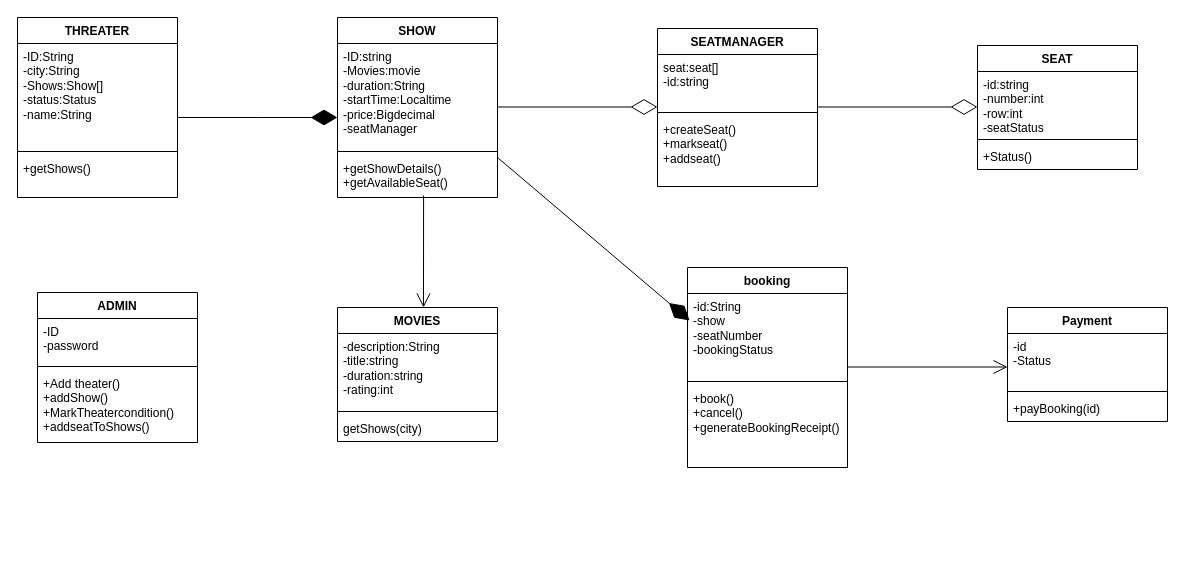
The draw.io diagram page "Page-3" (3 of 3) of CinemaBookingApp/CinemaBookingApp UseCase.drawio in 444notdotun/CinemaBookingApp, before the edit. Source tidied: cells renumbered, new cells numbered last; positions are measured from the earlier drawing's top-left corner, leaving out a move shared by most shapes. Both pictures are drawn from the tidied source at 100%, with x=0, y=0 at pixel (17, 17).
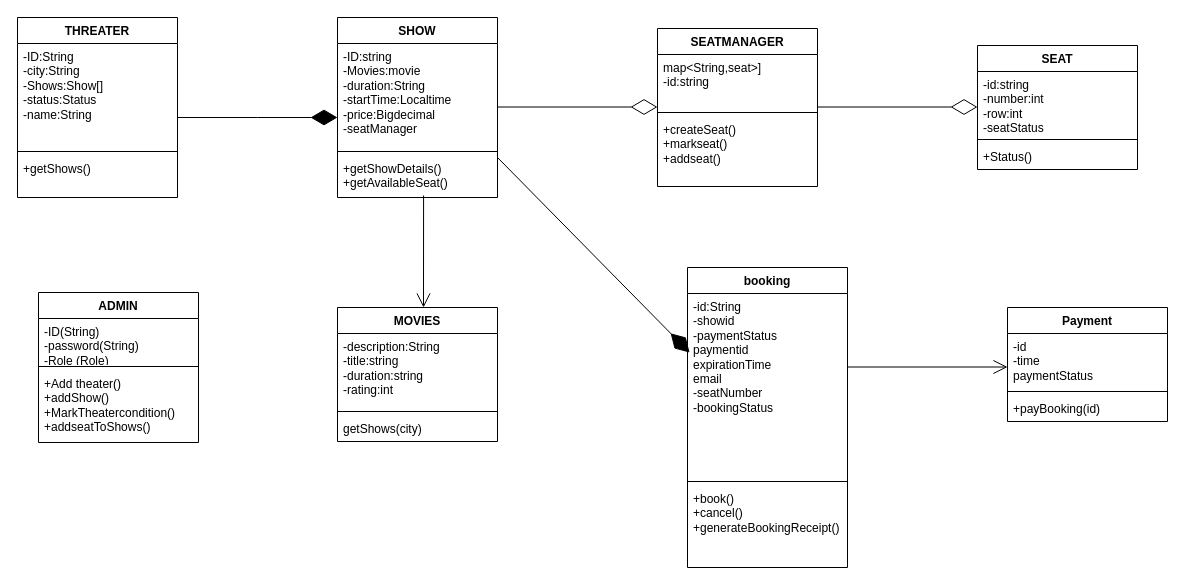
The same diagram, later.

The change refers to these unchanged cells:
```xml
<mxCell id="6" value="SEATMANAGER" style="swimlane;fontStyle=1;align=center;verticalAlign=top;horizontal=1;startSize=26;whiteSpace=wrap;html=1;" parent="1" vertex="1">
  <mxGeometry x="640" y="11" width="160" height="158" as="geometry" />
</mxCell>
<mxCell id="31" value="Payment" style="swimlane;fontStyle=1;align=center;verticalAlign=top;horizontal=1;startSize=26;whiteSpace=wrap;html=1;" parent="1" vertex="1">
  <mxGeometry x="990" y="290" width="160" height="114" as="geometry" />
</mxCell>
```

Change to the diagram source:
```diff
@@
-    <mxCell id="7" value="seat:seat[]&lt;div&gt;-id:string&lt;/div&gt;&lt;div&gt;&lt;br&gt;&lt;/div&gt;" style="text;strokeColor=none;fillColor=none;align=left;verticalAlign=top;spacingLeft=4;spacingRight=4;overflow=hidden;whiteSpace=wrap;html=1;" parent="6" vertex="1">
+    <mxCell id="7" value="map&amp;lt;String,seat&amp;gt;]&lt;div&gt;-id:string&lt;/div&gt;&lt;div&gt;&lt;br&gt;&lt;/div&gt;" style="text;strokeColor=none;fillColor=none;align=left;verticalAlign=top;spacingLeft=4;spacingRight=4;overflow=hidden;whiteSpace=wrap;html=1;" parent="6" vertex="1">
       <mxGeometry y="26" width="160" height="54" as="geometry" />
     </mxCell>
@@
     <mxCell id="21" value="booking" style="swimlane;fontStyle=1;align=center;verticalAlign=top;horizontal=1;startSize=26;whiteSpace=wrap;html=1;" parent="1" vertex="1">
-      <mxGeometry x="670" y="250" width="160" height="200" as="geometry" />
+      <mxGeometry x="670" y="250" width="160" height="300" as="geometry" />
     </mxCell>
-    <mxCell id="22" value="-id:String&lt;div&gt;-show&lt;/div&gt;&lt;div&gt;-seatNumber&lt;/div&gt;&lt;div&gt;-bookingStatus&lt;/div&gt;&lt;div&gt;&lt;br&gt;&lt;/div&gt;" style="text;strokeColor=none;fillColor=none;align=left;verticalAlign=top;spacingLeft=4;spacingRight=4;overflow=hidden;points=[[0,0.5],[1,0.5]];portConstraint=eastwest;whiteSpace=wrap;html=1;" parent="21" vertex="1">
-      <mxGeometry y="26" width="160" height="84" as="geometry" />
+    <mxCell id="22" value="-id:String&lt;div&gt;-showid&lt;/div&gt;&lt;div&gt;-paymentStatus&lt;/div&gt;&lt;div&gt;paymentid&lt;/div&gt;&lt;div&gt;expirationTime&lt;/div&gt;&lt;div&gt;email&lt;/div&gt;&lt;div&gt;-seatNumber&lt;/div&gt;&lt;div&gt;-bookingStatus&lt;/div&gt;&lt;div&gt;&lt;br&gt;&lt;/div&gt;" style="text;strokeColor=none;fillColor=none;align=left;verticalAlign=top;spacingLeft=4;spacingRight=4;overflow=hidden;points=[[0,0.5],[1,0.5]];portConstraint=eastwest;whiteSpace=wrap;html=1;" parent="21" vertex="1">
+      <mxGeometry y="26" width="160" height="184" as="geometry" />
     </mxCell>
     <mxCell id="23" style="line;strokeWidth=1;fillColor=none;align=left;verticalAlign=middle;spacingTop=-1;spacingLeft=3;spacingRight=3;labelPosition=right;strokeColor=inherit;" parent="21" vertex="1">
-      <mxGeometry y="110" width="160" height="8" as="geometry" />
+      <mxGeometry y="210" width="160" height="8" as="geometry" />
     </mxCell>
     <mxCell id="24" value="+book()&lt;div&gt;+cancel()&lt;/div&gt;&lt;div&gt;+generateBookingReceipt()&lt;/div&gt;" style="text;strokeColor=none;fillColor=none;align=left;verticalAlign=top;spacingLeft=4;spacingRight=4;overflow=hidden;whiteSpace=wrap;html=1;" parent="21" vertex="1">
-      <mxGeometry y="118" width="160" height="82" as="geometry" />
+      <mxGeometry y="218" width="160" height="82" as="geometry" />
     </mxCell>
@@
-    <mxCell id="32" value="-id&lt;div&gt;-Status&lt;/div&gt;" style="text;strokeColor=none;fillColor=none;align=left;verticalAlign=top;spacingLeft=4;spacingRight=4;overflow=hidden;whiteSpace=wrap;html=1;" parent="31" vertex="1">
+    <mxCell id="32" value="-id&lt;div&gt;-time&lt;/div&gt;&lt;div&gt;paymentStatus&lt;/div&gt;" style="text;strokeColor=none;fillColor=none;align=left;verticalAlign=top;spacingLeft=4;spacingRight=4;overflow=hidden;whiteSpace=wrap;html=1;" parent="31" vertex="1">
       <mxGeometry y="26" width="160" height="54" as="geometry" />
     </mxCell>
@@
     <mxCell id="36" value="ADMIN" style="swimlane;fontStyle=1;align=center;verticalAlign=top;horizontal=1;startSize=26;whiteSpace=wrap;html=1;" parent="1" vertex="1">
-      <mxGeometry x="20" y="275" width="160" height="150" as="geometry" />
+      <mxGeometry x="21" y="275" width="160" height="150" as="geometry" />
     </mxCell>
-    <mxCell id="37" value="-ID&lt;div&gt;-password&lt;/div&gt;" style="text;strokeColor=none;fillColor=none;align=left;verticalAlign=top;spacingLeft=4;spacingRight=4;overflow=hidden;whiteSpace=wrap;html=1;" parent="36" vertex="1">
+    <mxCell id="37" value="-ID(String)&lt;div&gt;-password(String)&lt;/div&gt;&lt;div&gt;-Role (Role)&lt;/div&gt;" style="text;strokeColor=none;fillColor=none;align=left;verticalAlign=top;spacingLeft=4;spacingRight=4;overflow=hidden;whiteSpace=wrap;html=1;" parent="36" vertex="1">
       <mxGeometry y="26" width="160" height="44" as="geometry" />
     </mxCell>
```
